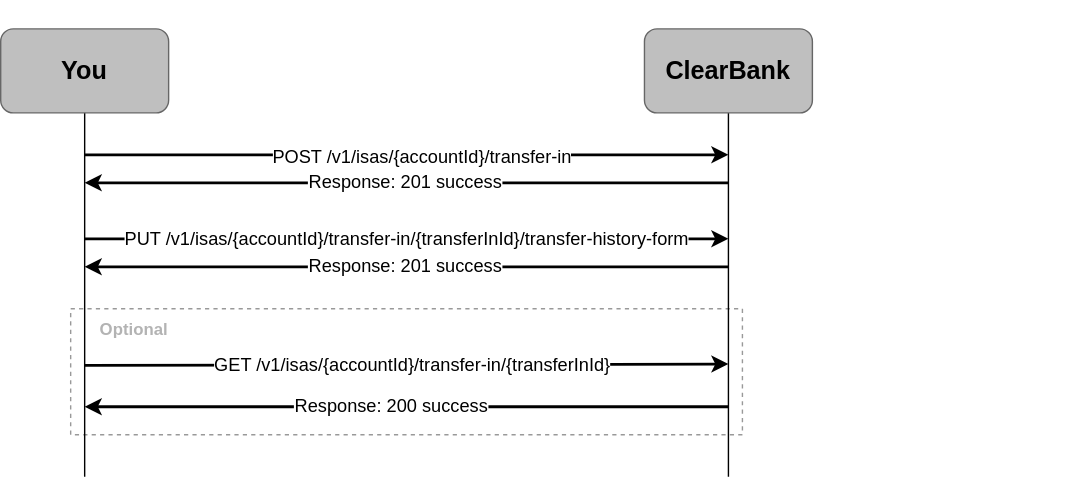
Above: static/assets/images/cash-isa-transfer-in.svg in clearbank/clearbank.github.io (draw.io), before the change. Source tidied: cells renumbered, new cells last; positions are measured from the earlier drawing's top-left corner, leaving out a move shared by most shapes.
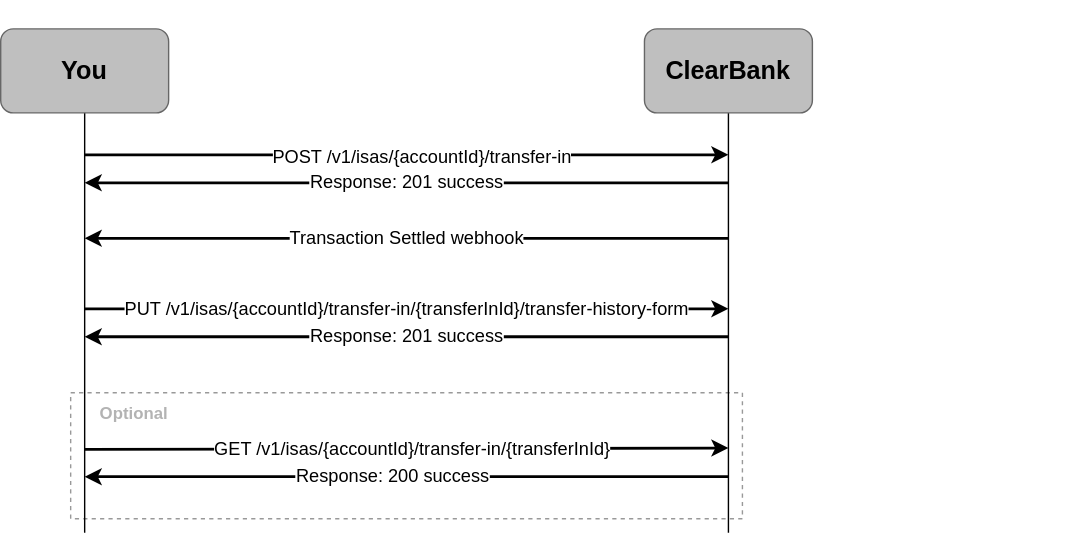
After the change.

Change to the diagram source:
```diff
@@ -3,16 +3,16 @@
     <mxCell id="0" />
     <mxCell id="1" parent="0" />
     <mxCell id="2" style="rounded=0;whiteSpace=wrap;html=1;fillColor=none;fontFamily=Arial;fontColor=#B3B3B3;fontStyle=1;strokeColor=#999999;dashed=1;" parent="1" vertex="1">
-      <mxGeometry x="50" y="220" width="480" height="90" as="geometry" />
+      <mxGeometry x="50" y="280" width="480" height="90" as="geometry" />
     </mxCell>
     <mxCell id="3" style="edgeStyle=orthogonalEdgeStyle;rounded=0;jettySize=auto;html=1;endArrow=none;endFill=0;fontFamily=Arial;fontSize=13;" parent="1" edge="1" source="6">
       <mxGeometry relative="1" as="geometry">
-        <mxPoint x="60" y="340" as="targetPoint" />
+        <mxPoint x="60" y="380" as="targetPoint" />
       </mxGeometry>
     </mxCell>
     <mxCell id="4" style="edgeStyle=orthogonalEdgeStyle;rounded=0;jettySize=auto;html=1;endArrow=none;endFill=0;exitX=0.5;exitY=1;exitDx=0;exitDy=0;fontFamily=Arial;fontSize=13;" parent="1" edge="1" source="5">
       <mxGeometry relative="1" as="geometry">
-        <mxPoint x="520" y="340" as="targetPoint" />
+        <mxPoint x="520" y="380" as="targetPoint" />
         <Array as="points">
           <mxPoint x="520" y="300" />
         </Array>
@@ -48,8 +48,8 @@
     </mxCell>
     <mxCell id="11" style="endArrow=classic;html=1;rounded=0;strokeWidth=2;fontFamily=Arial;fontSize=13;" parent="1" edge="1">
       <mxGeometry relative="1" as="geometry">
-        <mxPoint x="60" y="260.5" as="sourcePoint" />
-        <mxPoint x="520" y="259.5" as="targetPoint" />
+        <mxPoint x="60" y="320.5" as="sourcePoint" />
+        <mxPoint x="520" y="319.5" as="targetPoint" />
       </mxGeometry>
     </mxCell>
     <mxCell id="12" value="GET /v1/isas/{accountId}/transfer-in/{transferInId}" style="edgeLabel;html=1;align=center;verticalAlign=middle;fontFamily=Arial;fontSize=13;" parent="11" vertex="1">
@@ -59,8 +59,8 @@
     </mxCell>
     <mxCell id="13" style="endArrow=classic;html=1;rounded=0;strokeWidth=2;fontFamily=Arial;fontSize=13;" parent="1" edge="1">
       <mxGeometry relative="1" as="geometry">
-        <mxPoint x="520" y="290" as="sourcePoint" />
-        <mxPoint x="60" y="290" as="targetPoint" />
+        <mxPoint x="520" y="340" as="sourcePoint" />
+        <mxPoint x="60" y="340" as="targetPoint" />
       </mxGeometry>
     </mxCell>
     <mxCell id="14" value="Response: 200 success" style="edgeLabel;html=1;align=center;verticalAlign=middle;fontFamily=Arial;fontSize=13;" parent="13" vertex="1">
@@ -76,8 +76,8 @@
     </mxCell>
     <mxCell id="17" style="endArrow=classic;html=1;rounded=0;strokeWidth=2;fontFamily=Arial;fontSize=13;" parent="1" edge="1">
       <mxGeometry relative="1" as="geometry">
-        <mxPoint x="60" y="170" as="sourcePoint" />
-        <mxPoint x="520" y="170" as="targetPoint" />
+        <mxPoint x="60" y="220" as="sourcePoint" />
+        <mxPoint x="520" y="220" as="targetPoint" />
       </mxGeometry>
     </mxCell>
     <mxCell id="18" value="PUT /v1/isas/{accountId}/transfer-in/{transferInId}/transfer-history-form" style="edgeLabel;html=1;align=center;verticalAlign=middle;fontFamily=Arial;fontSize=13;" parent="17" vertex="1">
@@ -87,8 +87,8 @@
     </mxCell>
     <mxCell id="19" style="endArrow=classic;html=1;rounded=0;strokeWidth=2;fontFamily=Arial;fontSize=13;" parent="1" edge="1">
       <mxGeometry relative="1" as="geometry">
-        <mxPoint x="520" y="190" as="sourcePoint" />
-        <mxPoint x="60" y="190" as="targetPoint" />
+        <mxPoint x="520" y="240" as="sourcePoint" />
+        <mxPoint x="60" y="240" as="targetPoint" />
       </mxGeometry>
     </mxCell>
     <mxCell id="20" value="Response: 201 success" style="edgeLabel;html=1;align=center;verticalAlign=middle;fontFamily=Arial;fontSize=13;" parent="19" vertex="1">
@@ -97,7 +97,18 @@
       </mxGeometry>
     </mxCell>
     <mxCell id="21" value="Optional" style="text;html=1;align=center;verticalAlign=middle;strokeColor=none;fillColor=none;fontFamily=Arial;fontColor=#B3B3B3;fontStyle=1;" parent="1" vertex="1">
-      <mxGeometry x="60" y="220" width="70" height="30" as="geometry" />
+      <mxGeometry x="60" y="280" width="70" height="30" as="geometry" />
     </mxCell>
+    <mxCell id="22" style="endArrow=classic;html=1;rounded=0;strokeWidth=2;fontFamily=Arial;fontSize=13;" parent="1" edge="1">
+      <mxGeometry relative="1" as="geometry">
+        <mxPoint x="520" y="169.7" as="sourcePoint" />
+        <mxPoint x="60" y="169.7" as="targetPoint" />
+      </mxGeometry>
+    </mxCell>
+    <mxCell id="23" value="Transaction Settled webhook" style="edgeLabel;html=1;align=center;verticalAlign=middle;fontFamily=Arial;fontSize=13;" parent="22" vertex="1">
+      <mxGeometry x="0.09" y="-1" relative="1" as="geometry">
+        <mxPoint x="19" as="offset" />
+      </mxGeometry>
+    </mxCell>
   </root>
 </mxGraphModel>
```
